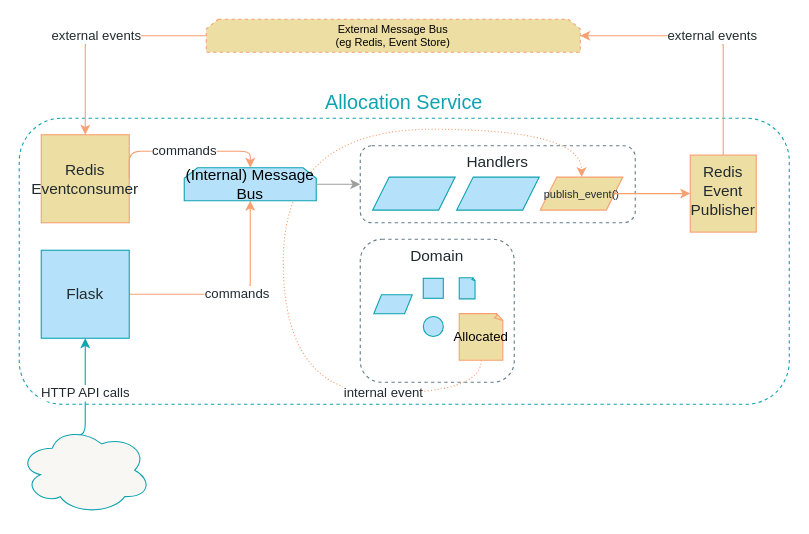
Earlier version of the draw.io diagram page "Chapter 11" (8 of 11) of maps.drawio (cosmicpython/book). Source tidied: cells renumbered, new cells numbered last; positions are measured from the earlier drawing's top-left corner, leaving out a move shared by most shapes. Both pictures are drawn from the tidied source at 110%, with x=0, y=0 at pixel (19, 19).
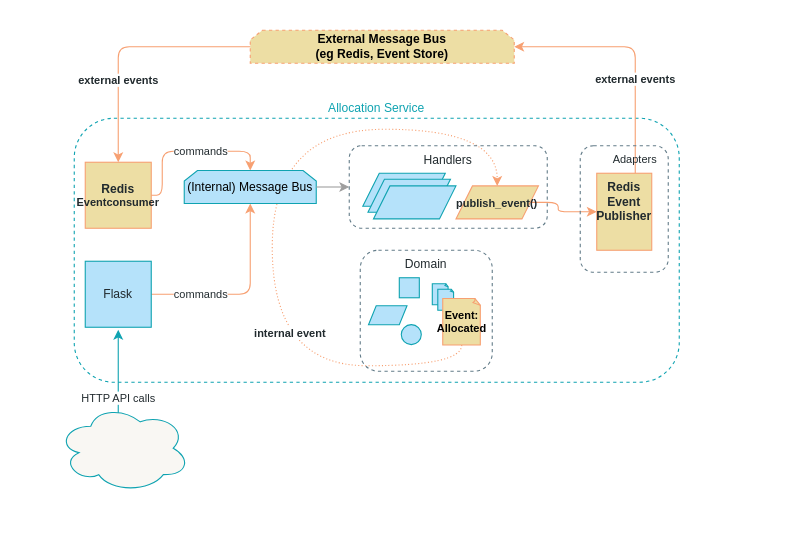
The same page after the edit.

Commit message (it also covers changes not shown here):
boldify message broker

What changed in the source:
```diff
@@
-    <mxCell id="2" value="Allocation Service" style="rounded=1;whiteSpace=wrap;html=1;shadow=0;dashed=1;fontFamily=Guardian Sans Cond Light;fontSize=18;fontColor=#0FA3B1;align=center;strokeColor=#0FA3B1;gradientColor=#ffffff;fillColor=none;labelPosition=center;verticalLabelPosition=top;verticalAlign=bottom;" parent="1" vertex="1">
-      <mxGeometry y="90" width="700" height="260" as="geometry" />
+    <mxCell id="2" value="Allocation Service" style="rounded=1;whiteSpace=wrap;html=1;shadow=0;dashed=1;fontFamily=Guardian Sans Cond Light;fontSize=11;fontColor=#0FA3B1;align=center;strokeColor=#0FA3B1;gradientColor=#ffffff;fillColor=none;labelPosition=center;verticalLabelPosition=top;verticalAlign=bottom;" parent="1" vertex="1">
+      <mxGeometry x="50" y="90" width="550" height="240" as="geometry" />
     </mxCell>
-    <mxCell id="3" value="commands" style="edgeStyle=orthogonalEdgeStyle;jettySize=auto;html=1;strokeColor=#F7A072;fillColor=#B5E2FA;fontFamily=Guardian Sans Cond Light;fontSize=12;fontColor=#212A2E;verticalAlign=middle;exitX=1;exitY=0.5;exitDx=0;exitDy=0;entryX=0.5;entryY=1;entryDx=0;entryDy=0;" parent="1" edge="1" source="4" target="25">
-      <mxGeometry relative="1" as="geometry">
+    <mxCell id="3" value="commands" style="edgeStyle=orthogonalEdgeStyle;jettySize=auto;html=1;strokeColor=#F7A072;fillColor=#B5E2FA;fontFamily=Guardian Sans Cond Light;fontSize=10;fontColor=#212A2E;verticalAlign=middle;exitX=1;exitY=0.5;exitDx=0;exitDy=0;entryX=0.5;entryY=1;entryDx=0;entryDy=0;" parent="1" edge="1" source="4" target="25">
+      <mxGeometry x="-0.48" relative="1" as="geometry">
         <Array as="points">
           <mxPoint x="210" y="250" />
         </Array>
       </mxGeometry>
     </mxCell>
-    <mxCell id="4" value="Flask" style="whiteSpace=wrap;html=1;strokeColor=#0FA3B1;fillColor=#B5E2FA;gradientColor=none;fontFamily=Guardian Sans Cond Light;fontSize=14;fontColor=#212A2E;" parent="1" vertex="1">
-      <mxGeometry x="20" y="210" width="80" height="80" as="geometry" />
+    <mxCell id="4" value="Flask" style="whiteSpace=wrap;html=1;strokeColor=#0FA3B1;fillColor=#B5E2FA;gradientColor=none;fontFamily=Guardian Sans Cond Light;fontSize=11;fontColor=#212A2E;" parent="1" vertex="1">
+      <mxGeometry x="60" y="220" width="60" height="60" as="geometry" />
     </mxCell>
-    <mxCell id="5" style="group;" parent="1" vertex="1">
-      <mxGeometry x="300" y="115" width="272.9" height="70" as="geometry" />
-    </mxCell>
-    <mxCell id="6" value="Handlers" style="rounded=1;whiteSpace=wrap;html=1;fontFamily=Guardian Sans Cond Light;verticalAlign=top;fontSize=14;fontColor=#212A2E;fillColor=none;strokeColor=#637C89;fontStyle=0;dashed=1;" parent="5" vertex="1">
-      <mxGeometry x="10" width="250" height="70" as="geometry" />
-    </mxCell>
-    <mxCell id="7" style="shape=parallelogram;perimeter=parallelogramPerimeter;whiteSpace=wrap;html=1;fontFamily=Guardian Sans Cond Light;fontSize=14;fontColor=#212A2E;align=center;strokeColor=#0FA3B1;fillColor=#B5E2FA;" parent="5" vertex="1">
-      <mxGeometry x="21.3" y="28.5" width="75" height="30" as="geometry" />
-    </mxCell>
-    <mxCell id="8" style="shape=parallelogram;perimeter=parallelogramPerimeter;whiteSpace=wrap;html=1;fontFamily=Guardian Sans Cond Light;fontSize=14;fontColor=#212A2E;align=center;strokeColor=#0FA3B1;fillColor=#B5E2FA;" parent="5" vertex="1">
-      <mxGeometry x="97.7" y="28.5" width="75" height="30" as="geometry" />
-    </mxCell>
-    <mxCell id="9" value="publish_event()" style="shape=parallelogram;perimeter=parallelogramPerimeter;whiteSpace=wrap;html=1;fontFamily=Guardian Sans Cond Light;fontSize=10;fontColor=#212A2E;align=center;strokeColor=#F7A072;fillColor=#EDDEA4;" parent="5" vertex="1">
-      <mxGeometry x="173.7" y="28.5" width="75" height="30" as="geometry" />
-    </mxCell>
-    <mxCell id="10" style="group;" parent="1" vertex="1">
-      <mxGeometry x="310" y="200" width="140" height="130" as="geometry" />
-    </mxCell>
-    <mxCell id="11" value="Domain" style="rounded=1;whiteSpace=wrap;html=1;fontFamily=Guardian Sans Cond Light;verticalAlign=top;fontSize=14;fontColor=#212A2E;fillColor=none;strokeColor=#637C89;dashed=1;" parent="10" vertex="1">
-      <mxGeometry width="140" height="130" as="geometry" />
-    </mxCell>
-    <mxCell id="12" style="whiteSpace=wrap;html=1;fontSize=14;strokeColor=#0FA3B1;fillColor=#B5E2FA;fontFamily=Guardian Sans Cond Light;" parent="10" vertex="1">
-      <mxGeometry x="57.3" y="35.5" width="18.2" height="18.2" as="geometry" />
-    </mxCell>
-    <mxCell id="13" style="ellipse;whiteSpace=wrap;html=1;fontSize=14;strokeColor=#0FA3B1;fillColor=#B5E2FA;fontFamily=Guardian Sans Cond Light;" parent="10" vertex="1">
-      <mxGeometry x="57.3" y="70.2" width="18.2" height="18.2" as="geometry" />
-    </mxCell>
-    <mxCell id="14" style="shape=parallelogram;perimeter=parallelogramPerimeter;whiteSpace=wrap;html=1;fontFamily=Guardian Sans Cond Light;fontSize=14;fontColor=#000000;align=center;strokeColor=#0FA3B1;fillColor=#B5E2FA;" parent="10" vertex="1">
-      <mxGeometry x="12.3" y="50.4" width="35" height="17.3" as="geometry" />
-    </mxCell>
-    <mxCell id="15" style="whiteSpace=wrap;html=1;shape=mxgraph.basic.document;rounded=1;strokeColor=#0FA3B1;fillColor=#B5E2FA;fontFamily=Guardian Sans Cond Light;fontSize=12;" parent="10" vertex="1">
-      <mxGeometry x="90" y="35" width="14.5" height="19.2" as="geometry" />
-    </mxCell>
-    <mxCell id="16" value="Allocated" style="whiteSpace=wrap;html=1;shape=mxgraph.basic.document;rounded=1;strokeColor=#F7A072;fillColor=#EDDEA4;fontFamily=Guardian Sans Cond Light;fontSize=12;" parent="10" vertex="1">
-      <mxGeometry x="90" y="67.6" width="40" height="42.4" as="geometry" />
-    </mxCell>
-    <mxCell id="17" value="&lt;div&gt;Redis&lt;/div&gt;&lt;div&gt;Eventconsumer&lt;br&gt;&lt;/div&gt;" style="whiteSpace=wrap;html=1;strokeColor=#F7A072;fillColor=#EDDEA4;gradientColor=none;fontFamily=Guardian Sans Cond Light;fontSize=14;fontColor=#212A2E;" parent="1" vertex="1">
-      <mxGeometry x="20" y="105" width="80" height="80" as="geometry" />
+    <mxCell id="17" value="&lt;div style=&quot;font-size: 11px&quot;&gt;Redis&lt;/div&gt;&lt;div style=&quot;font-size: 10px&quot;&gt;Eventconsumer&lt;br style=&quot;font-size: 11px&quot;&gt;&lt;/div&gt;" style="whiteSpace=wrap;html=1;strokeColor=#F7A072;fillColor=#EDDEA4;gradientColor=none;fontFamily=Guardian Sans Cond Light;fontSize=11;fontColor=#212A2E;fontStyle=1;" parent="1" vertex="1">
+      <mxGeometry x="60" y="130" width="60" height="60" as="geometry" />
     </mxCell>
-    <mxCell id="18" value="commands" style="edgeStyle=orthogonalEdgeStyle;jettySize=auto;html=1;strokeColor=#F7A072;fillColor=#B5E2FA;fontFamily=Guardian Sans Cond Light;fontSize=12;fontColor=#212A2E;verticalAlign=middle;exitX=1;exitY=0.5;exitDx=0;exitDy=0;entryX=0.5;entryY=0;entryDx=0;entryDy=0;" parent="1" edge="1" source="17" target="25">
-      <mxGeometry relative="1" as="geometry">
+    <mxCell id="18" value="commands" style="edgeStyle=orthogonalEdgeStyle;jettySize=auto;html=1;strokeColor=#F7A072;fillColor=#B5E2FA;fontFamily=Guardian Sans Cond Light;fontSize=10;fontColor=#212A2E;verticalAlign=middle;exitX=1;exitY=0.5;exitDx=0;exitDy=0;entryX=0.5;entryY=0;entryDx=0;entryDy=0;" parent="1" edge="1" source="17" target="25">
+      <mxGeometry x="0.15" relative="1" as="geometry">
         <Array as="points">
-          <mxPoint x="100" y="120" />
+          <mxPoint x="130" y="160" />
+          <mxPoint x="130" y="120" />
           <mxPoint x="210" y="120" />
         </Array>
       </mxGeometry>
     </mxCell>
-    <mxCell id="19" value="&lt;div&gt;External Message Bus&lt;/div&gt;&lt;div&gt;(eg Redis, Event Store)&lt;br&gt;&lt;/div&gt;" style="shape=loopLimit;whiteSpace=wrap;html=1;shadow=0;dashed=1;fontFamily=Guardian Sans Cond Light;fontSize=10;fontColor=#000000;align=center;strokeColor=#F7A072;fillColor=#EDDEA4;gradientColor=none;size=11;" parent="1" vertex="1">
-      <mxGeometry x="170" width="340" height="30" as="geometry" />
+    <mxCell id="19" value="&lt;div style=&quot;font-size: 11px;&quot;&gt;External Message Bus&lt;/div&gt;&lt;div style=&quot;font-size: 11px;&quot;&gt;(eg Redis, Event Store)&lt;br style=&quot;font-size: 11px;&quot;&gt;&lt;/div&gt;" style="shape=loopLimit;whiteSpace=wrap;html=1;shadow=0;dashed=1;fontFamily=Guardian Sans Cond Light;fontSize=11;fontColor=#000000;align=center;strokeColor=#F7A072;fillColor=#EDDEA4;gradientColor=none;size=11;fontStyle=1;" parent="1" vertex="1">
+      <mxGeometry x="210" y="10" width="240" height="30" as="geometry" />
     </mxCell>
-    <mxCell id="20" value="external events" style="edgeStyle=orthogonalEdgeStyle;jettySize=auto;html=1;strokeColor=#F7A072;fillColor=#B5E2FA;fontFamily=Guardian Sans Cond Light;fontSize=12;fontColor=#212A2E;verticalAlign=middle;entryX=0.5;entryY=0;entryDx=0;entryDy=0;labelBackgroundColor=#ffffff;" parent="1" edge="1" source="19" target="17">
-      <mxGeometry relative="1" as="geometry">
+    <mxCell id="20" value="external events" style="edgeStyle=orthogonalEdgeStyle;jettySize=auto;html=1;strokeColor=#F7A072;fillColor=#B5E2FA;fontFamily=Guardian Sans Cond Light;fontSize=10;fontColor=#212A2E;verticalAlign=middle;entryX=0.5;entryY=0;entryDx=0;entryDy=0;labelBackgroundColor=#ffffff;fontStyle=1;" parent="1" edge="1" source="19" target="17">
+      <mxGeometry x="0.07" y="30" relative="1" as="geometry">
         <Array as="points">
-          <mxPoint x="60" y="15" />
+          <mxPoint x="90" y="25" />
         </Array>
+        <mxPoint x="-30" y="30" as="offset" />
       </mxGeometry>
     </mxCell>
-    <mxCell id="21" value="external events" style="edgeStyle=orthogonalEdgeStyle;jettySize=auto;html=1;strokeColor=#F7A072;fillColor=#B5E2FA;fontFamily=Guardian Sans Cond Light;fontSize=12;fontColor=#212A2E;verticalAlign=middle;entryX=1;entryY=0.5;entryDx=0;entryDy=0;exitX=0.5;exitY=0;exitDx=0;exitDy=0;" parent="1" edge="1" source="23" target="19">
-      <mxGeometry relative="1" as="geometry" />
+    <mxCell id="21" value="external events" style="edgeStyle=orthogonalEdgeStyle;jettySize=auto;html=1;strokeColor=#F7A072;fillColor=#B5E2FA;fontFamily=Guardian Sans Cond Light;fontSize=10;fontColor=#212A2E;verticalAlign=middle;entryX=1;entryY=0.5;entryDx=0;entryDy=0;fontStyle=1;" parent="1" edge="1" source="23" target="19">
+      <mxGeometry x="-0.24" relative="1" as="geometry">
+        <Array as="points">
+          <mxPoint x="560" y="25" />
+        </Array>
+      </mxGeometry>
     </mxCell>
-    <mxCell id="22" value="&lt;div&gt;internal event&lt;/div&gt;" style="edgeStyle=orthogonalEdgeStyle;jettySize=auto;html=1;strokeColor=#F7A072;fillColor=#B5E2FA;fontFamily=Guardian Sans Cond Light;fontSize=12;fontColor=#212A2E;verticalAlign=middle;entryX=0.5;entryY=0;entryDx=0;entryDy=0;dashed=1;curved=1;dashPattern=1 2;exitX=0.5;exitY=1;exitDx=0;exitDy=0;exitPerimeter=0;" parent="1" edge="1" source="16" target="9">
-      <mxGeometry x="-0.69" relative="1" as="geometry">
+    <mxCell id="22" value="&lt;div style=&quot;font-size: 10px;&quot;&gt;internal event&lt;/div&gt;" style="edgeStyle=orthogonalEdgeStyle;jettySize=auto;html=1;strokeColor=#F7A072;fillColor=#B5E2FA;fontFamily=Guardian Sans Cond Light;fontSize=10;fontColor=#212A2E;verticalAlign=middle;entryX=0.5;entryY=0;entryDx=0;entryDy=0;dashed=1;curved=1;dashPattern=1 2;exitX=0.5;exitY=1;exitDx=0;exitDy=0;exitPerimeter=0;fontStyle=1;" parent="1" edge="1" source="16" target="9">
+      <mxGeometry x="-0.47" y="-30" relative="1" as="geometry">
         <Array as="points">
-          <mxPoint x="420" y="340" />
-          <mxPoint x="240" y="340" />
-          <mxPoint x="240" y="100" />
-          <mxPoint x="511" y="100" />
+          <mxPoint x="402" y="315" />
+          <mxPoint x="230" y="315" />
+          <mxPoint x="230" y="100" />
+          <mxPoint x="435" y="100" />
         </Array>
       </mxGeometry>
     </mxCell>
-    <mxCell id="23" value="Redis&lt;br&gt;Event&lt;br&gt;Publisher" style="rounded=0;whiteSpace=wrap;html=1;fontFamily=Guardian Sans Cond Light;fontSize=14;fontColor=#212A2E;align=center;strokeColor=#F7A072;fillColor=#EDDEA4;verticalAlign=top;" parent="1" vertex="1">
-      <mxGeometry x="610" y="123.5" width="60" height="70" as="geometry" />
+    <mxCell id="23" value="Redis&lt;br style=&quot;font-size: 11px;&quot;&gt;Event&lt;br style=&quot;font-size: 11px;&quot;&gt;Publisher" style="rounded=0;whiteSpace=wrap;html=1;fontFamily=Guardian Sans Cond Light;fontSize=11;fontColor=#212A2E;align=center;strokeColor=#F7A072;fillColor=#EDDEA4;verticalAlign=top;fontStyle=1;" parent="1" vertex="1">
+      <mxGeometry x="525" y="140" width="50" height="70" as="geometry" />
     </mxCell>
-    <mxCell id="24" style="edgeStyle=orthogonalEdgeStyle;jettySize=auto;html=1;strokeColor=#F7A072;fillColor=#B5E2FA;fontFamily=Guardian Sans Cond Light;fontSize=12;fontColor=#212A2E;verticalAlign=middle;entryX=0;entryY=0.5;entryDx=0;entryDy=0;exitX=1;exitY=0.5;exitDx=0;exitDy=0;" parent="1" edge="1" source="9" target="23">
+    <mxCell id="24" style="edgeStyle=orthogonalEdgeStyle;jettySize=auto;html=1;strokeColor=#F7A072;fillColor=#B5E2FA;fontFamily=Guardian Sans Cond Light;fontSize=11;fontColor=#212A2E;verticalAlign=middle;entryX=0;entryY=0.5;entryDx=0;entryDy=0;exitX=1;exitY=0.5;exitDx=0;exitDy=0;" parent="1" edge="1" source="9" target="23">
       <mxGeometry relative="1" as="geometry">
         <Array as="points">
-          <mxPoint x="600" y="159" />
-          <mxPoint x="600" y="159" />
+          <mxPoint x="490" y="167" />
+          <mxPoint x="490" y="175" />
         </Array>
       </mxGeometry>
     </mxCell>
-    <mxCell id="25" value="(Internal) Message Bus" style="shape=loopLimit;whiteSpace=wrap;html=1;fontFamily=Guardian Sans Cond Light;fontSize=14;fontColor=#000000;align=center;strokeColor=#0FA3B1;fillColor=#B5E2FA;size=12;" parent="1" vertex="1">
-      <mxGeometry x="150" y="135" width="120" height="30" as="geometry" />
+    <mxCell id="25" value="(Internal) Message Bus" style="shape=loopLimit;whiteSpace=wrap;html=1;fontFamily=Guardian Sans Cond Light;fontSize=11;fontColor=#000000;align=center;strokeColor=#0FA3B1;fillColor=#B5E2FA;size=12;" parent="1" vertex="1">
+      <mxGeometry x="150" y="137.5" width="120" height="30" as="geometry" />
     </mxCell>
-    <mxCell id="26" style="edgeStyle=orthogonalEdgeStyle;jettySize=auto;html=1;strokeColor=#9E9E9E;fillColor=#B5E2FA;fontFamily=Guardian Sans Cond Light;fontSize=12;fontColor=#212A2E;exitX=1;exitY=0.5;exitDx=0;exitDy=0;entryX=0;entryY=0.5;entryDx=0;entryDy=0;" parent="1" edge="1" source="25" target="6">
+    <mxCell id="26" style="edgeStyle=orthogonalEdgeStyle;jettySize=auto;html=1;strokeColor=#9E9E9E;fillColor=#B5E2FA;fontFamily=Guardian Sans Cond Light;fontSize=11;fontColor=#212A2E;exitX=1;exitY=0.5;exitDx=0;exitDy=0;entryX=0;entryY=0.5;entryDx=0;entryDy=0;" parent="1" edge="1" source="25" target="6">
       <mxGeometry relative="1" as="geometry" />
     </mxCell>
-    <mxCell id="27" value="HTTP API calls" style="edgeStyle=orthogonalEdgeStyle;jettySize=auto;html=1;strokeColor=#0FA3B1;fillColor=#B5E2FA;fontFamily=Guardian Sans Cond Light;fontSize=12;fontColor=#212A2E;verticalAlign=middle;entryX=0.5;entryY=1;entryDx=0;entryDy=0;exitX=0.4;exitY=0.1;exitDx=0;exitDy=0;exitPerimeter=0;" parent="1" edge="1" source="28" target="4">
+    <mxCell id="27" value="HTTP API calls" style="edgeStyle=orthogonalEdgeStyle;jettySize=auto;html=1;strokeColor=#0FA3B1;fillColor=#B5E2FA;fontFamily=Guardian Sans Cond Light;fontSize=10;fontColor=#212A2E;verticalAlign=middle;entryX=0.5;entryY=1.039;entryDx=0;entryDy=0;exitX=0.4;exitY=0.1;exitDx=0;exitDy=0;exitPerimeter=0;entryPerimeter=0;" parent="1" edge="1" source="28" target="4">
       <mxGeometry relative="1" as="geometry">
         <Array as="points">
-          <mxPoint x="60" y="378" />
+          <mxPoint x="90" y="378" />
         </Array>
       </mxGeometry>
     </mxCell>
-    <mxCell id="28" style="ellipse;shape=cloud;whiteSpace=wrap;html=1;rounded=1;shadow=0;glass=0;comic=0;strokeColor=#0FA3B1;fillColor=#F9F7F3;gradientColor=none;fontFamily=Guardian Sans Cond Light;fontSize=10;fontColor=#000000;align=center;" parent="1" vertex="1">
-      <mxGeometry y="370" width="120" height="80" as="geometry" />
+    <mxCell id="28" style="ellipse;shape=cloud;whiteSpace=wrap;html=1;rounded=1;shadow=0;glass=0;comic=0;strokeColor=#0FA3B1;fillColor=#F9F7F3;gradientColor=none;fontFamily=Guardian Sans Cond Light;fontSize=11;fontColor=#000000;align=center;" parent="1" vertex="1">
+      <mxGeometry x="35" y="350" width="120" height="80" as="geometry" />
     </mxCell>
+    <mxCell id="6" value="Handlers" style="rounded=1;whiteSpace=wrap;html=1;fontFamily=Guardian Sans Cond Light;verticalAlign=top;fontSize=11;fontColor=#212A2E;fillColor=none;strokeColor=#637C89;fontStyle=0;dashed=1;" parent="1" vertex="1">
+      <mxGeometry x="300" y="115" width="180" height="75" as="geometry" />
+    </mxCell>
+    <mxCell id="9" value="publish_event()" style="shape=parallelogram;perimeter=parallelogramPerimeter;whiteSpace=wrap;html=1;fontFamily=Guardian Sans Cond Light;fontSize=10;fontColor=#212A2E;align=center;strokeColor=#F7A072;fillColor=#EDDEA4;fontStyle=1;" parent="1" vertex="1">
+      <mxGeometry x="397" y="151.5" width="75" height="30" as="geometry" />
+    </mxCell>
+    <mxCell id="29" style="group;fontSize=11;" parent="1" vertex="1">
+      <mxGeometry x="312.3" y="140" width="84.7" height="41.5" as="geometry" />
+    </mxCell>
+    <mxCell id="7" style="shape=parallelogram;perimeter=parallelogramPerimeter;whiteSpace=wrap;html=1;fontFamily=Guardian Sans Cond Light;fontSize=11;fontColor=#212A2E;align=center;strokeColor=#0FA3B1;fillColor=#B5E2FA;" parent="29" vertex="1">
+      <mxGeometry width="75" height="30" as="geometry" />
+    </mxCell>
+    <mxCell id="8" style="shape=parallelogram;perimeter=parallelogramPerimeter;whiteSpace=wrap;html=1;fontFamily=Guardian Sans Cond Light;fontSize=11;fontColor=#212A2E;align=center;strokeColor=#0FA3B1;fillColor=#B5E2FA;" parent="29" vertex="1">
+      <mxGeometry x="4.7" y="5.5" width="75" height="30" as="geometry" />
+    </mxCell>
+    <mxCell id="30" style="shape=parallelogram;perimeter=parallelogramPerimeter;whiteSpace=wrap;html=1;fontFamily=Guardian Sans Cond Light;fontSize=11;fontColor=#212A2E;align=center;strokeColor=#0FA3B1;fillColor=#B5E2FA;" parent="29" vertex="1">
+      <mxGeometry x="9.7" y="11.5" width="75" height="30" as="geometry" />
+    </mxCell>
+    <mxCell id="31" value="Adapters" style="rounded=1;whiteSpace=wrap;html=1;fontFamily=Guardian Sans Cond Light;verticalAlign=top;fontSize=10;fontColor=#212A2E;fillColor=none;strokeColor=#637C89;fontStyle=0;dashed=1;labelPosition=center;verticalLabelPosition=middle;align=right;spacingRight=8;" parent="1" vertex="1">
+      <mxGeometry x="510" y="115" width="80" height="115" as="geometry" />
+    </mxCell>
+    <mxCell id="11" value="Domain" style="rounded=1;whiteSpace=wrap;html=1;fontFamily=Guardian Sans Cond Light;verticalAlign=top;fontSize=11;fontColor=#212A2E;fillColor=none;strokeColor=#637C89;dashed=1;" parent="1" vertex="1">
+      <mxGeometry x="310" y="210" width="120" height="110" as="geometry" />
+    </mxCell>
+    <mxCell id="12" style="whiteSpace=wrap;html=1;fontSize=11;strokeColor=#0FA3B1;fillColor=#B5E2FA;fontFamily=Guardian Sans Cond Light;" parent="1" vertex="1">
+      <mxGeometry x="345.5" y="235" width="18.2" height="18.2" as="geometry" />
+    </mxCell>
+    <mxCell id="13" style="ellipse;whiteSpace=wrap;html=1;fontSize=11;strokeColor=#0FA3B1;fillColor=#B5E2FA;fontFamily=Guardian Sans Cond Light;" parent="1" vertex="1">
+      <mxGeometry x="347.3" y="277.6" width="18.2" height="18.2" as="geometry" />
+    </mxCell>
+    <mxCell id="14" style="shape=parallelogram;perimeter=parallelogramPerimeter;whiteSpace=wrap;html=1;fontFamily=Guardian Sans Cond Light;fontSize=11;fontColor=#000000;align=center;strokeColor=#0FA3B1;fillColor=#B5E2FA;" parent="1" vertex="1">
+      <mxGeometry x="317.5" y="260.4" width="35" height="17.3" as="geometry" />
+    </mxCell>
+    <mxCell id="15" style="whiteSpace=wrap;html=1;shape=mxgraph.basic.document;rounded=1;strokeColor=#0FA3B1;fillColor=#B5E2FA;fontFamily=Guardian Sans Cond Light;fontSize=11;" parent="1" vertex="1">
+      <mxGeometry x="375.5" y="240.4" width="14.5" height="19.2" as="geometry" />
+    </mxCell>
+    <mxCell id="32" style="whiteSpace=wrap;html=1;shape=mxgraph.basic.document;rounded=1;strokeColor=#0FA3B1;fillColor=#B5E2FA;fontFamily=Guardian Sans Cond Light;fontSize=11;" parent="1" vertex="1">
+      <mxGeometry x="380.5" y="245.4" width="14.5" height="19.2" as="geometry" />
+    </mxCell>
+    <mxCell id="16" value="Event:&lt;br&gt;Allocated" style="whiteSpace=wrap;html=1;shape=mxgraph.basic.document;rounded=1;strokeColor=#F7A072;fillColor=#EDDEA4;fontFamily=Guardian Sans Cond Light;fontSize=10;fontStyle=1;" parent="1" vertex="1">
+      <mxGeometry x="385" y="253.8" width="34.5" height="42.4" as="geometry" />
+    </mxCell>
```
